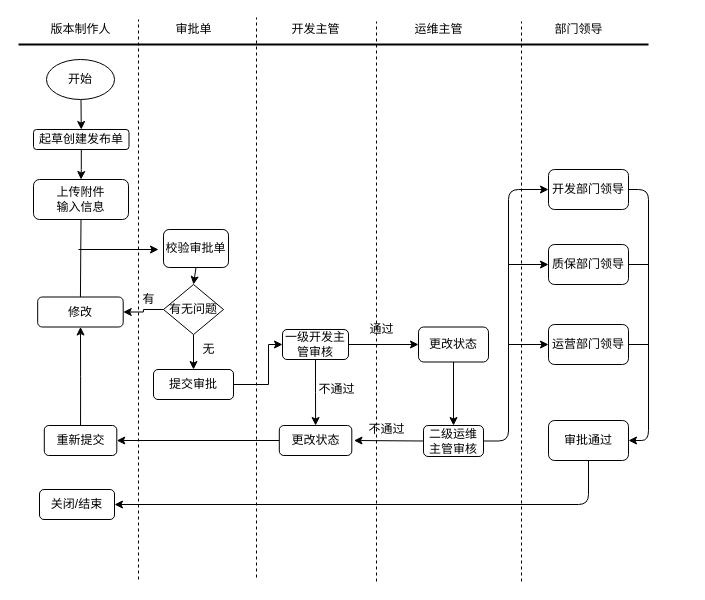
Above: src/com/cupd/sharon/Untitled Diagram.drawio in sharonwq/sharon_test (draw.io), before the change. Source tidied: cells renumbered, new cells numbered last; positions are measured from the earlier drawing's top-left corner, leaving out a move shared by most shapes. Both pictures are drawn from the tidied source at 100%, with x=0, y=0 at pixel (18, 17).
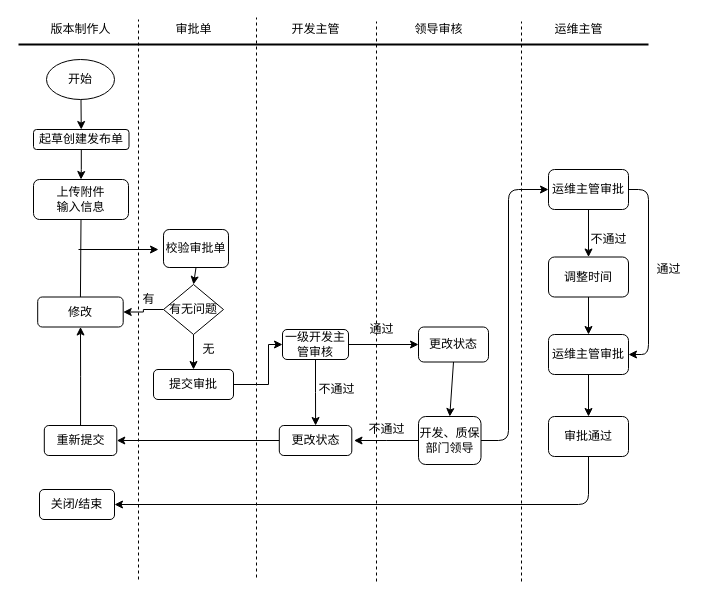
The same diagram, later.

Unchanged cells that the change refers to:
```xml
<mxCell id="25" value="关闭/结束" style="rounded=1;whiteSpace=wrap;html=1;" parent="1" vertex="1">
  <mxGeometry x="21" y="472" width="75" height="30" as="geometry" />
</mxCell>
```

What changed in the source:
```diff
@@
-    <mxCell id="5" value="运维主管" style="text;html=1;align=center;verticalAlign=middle;strokeColor=none;" parent="1" vertex="1">
+    <mxCell id="5" value="领导审核" style="text;html=1;align=center;verticalAlign=middle;strokeColor=none;" parent="1" vertex="1">
       <mxGeometry x="390" y="2" width="60" height="20" as="geometry" />
     </mxCell>
-    <mxCell id="6" value="部门领导" style="text;html=1;align=center;verticalAlign=middle;strokeColor=none;" parent="1" vertex="1">
+    <mxCell id="6" value="运维主管" style="text;html=1;align=center;verticalAlign=middle;strokeColor=none;" parent="1" vertex="1">
       <mxGeometry x="530" y="2" width="60" height="20" as="geometry" />
     </mxCell>
@@
-    <mxCell id="21" value="二级运维主管审核" style="rounded=1;whiteSpace=wrap;html=1;" parent="1" vertex="1">
-      <mxGeometry x="405" y="408" width="60" height="31" as="geometry" />
+    <mxCell id="21" value="开发、质保部门领导" style="rounded=1;whiteSpace=wrap;html=1;" parent="1" vertex="1">
+      <mxGeometry x="400" y="399" width="62.5" height="48" as="geometry" />
     </mxCell>
@@
     <mxCell id="24" value="审批通过" style="rounded=1;whiteSpace=wrap;html=1;" parent="1" vertex="1">
-      <mxGeometry x="530" y="403" width="80" height="40" as="geometry" />
+      <mxGeometry x="530" y="399" width="80" height="40" as="geometry" />
     </mxCell>
@@
+    <mxCell id="55" style="edgeStyle=orthogonalEdgeStyle;rounded=0;jettySize=auto;html=1;" parent="1" edge="1" source="45" target="57">
+      <mxGeometry relative="1" as="geometry" />
+    </mxCell>
-    <mxCell id="45" value="开发部门领导" style="rounded=1;whiteSpace=wrap;html=1;" parent="1" vertex="1">
+    <mxCell id="45" value="运维主管审批" style="rounded=1;whiteSpace=wrap;html=1;" parent="1" vertex="1">
       <mxGeometry x="530" y="152" width="80" height="40" as="geometry" />
     </mxCell>
-    <mxCell id="46" value="质保部门领导" style="rounded=1;whiteSpace=wrap;html=1;" parent="1" vertex="1">
-      <mxGeometry x="530" y="227" width="80" height="40" as="geometry" />
-    </mxCell>
-    <mxCell id="47" value="运营部门领导" style="rounded=1;whiteSpace=wrap;html=1;" parent="1" vertex="1">
-      <mxGeometry x="530" y="307" width="80" height="40" as="geometry" />
-    </mxCell>
+    <mxCell id="54" style="edgeStyle=segmentEdgeStyle;endArrow=classic;html=1;exitX=0.5;exitY=1;exitDx=0;exitDy=0;entryX=1;entryY=0.5;entryDx=0;entryDy=0;" parent="1" edge="1" source="24" target="25">
+      <mxGeometry relative="1" as="geometry">
+        <Array as="points">
+          <mxPoint x="570" y="487" />
+        </Array>
+      </mxGeometry>
+    </mxCell>
+    <mxCell id="56" style="edgeStyle=orthogonalEdgeStyle;rounded=0;jettySize=auto;html=1;" parent="1" edge="1" source="57" target="62">
+      <mxGeometry relative="1" as="geometry" />
+    </mxCell>
+    <mxCell id="57" value="调整时间" style="rounded=1;whiteSpace=wrap;html=1;" parent="1" vertex="1">
+      <mxGeometry x="530" y="239.5" width="80" height="40" as="geometry" />
+    </mxCell>
+    <mxCell id="58" value="不通过" style="text;html=1;align=center;verticalAlign=middle;strokeColor=none;" parent="1" vertex="1">
+      <mxGeometry x="565" y="212" width="50" height="20" as="geometry" />
+    </mxCell>
+    <mxCell id="59" style="edgeStyle=elbowEdgeStyle;elbow=vertical;endArrow=classic;html=1;exitX=1;exitY=0.5;exitDx=0;exitDy=0;entryX=1;entryY=0.5;entryDx=0;entryDy=0;" parent="1" edge="1" source="45" target="62">
+      <mxGeometry relative="1" as="geometry">
+        <Array as="points">
+          <mxPoint x="630" y="303" />
+        </Array>
+      </mxGeometry>
+    </mxCell>
+    <mxCell id="60" value="通过" style="text;html=1;align=center;verticalAlign=middle;strokeColor=none;" parent="1" vertex="1">
+      <mxGeometry x="630" y="242" width="40" height="20" as="geometry" />
+    </mxCell>
     <mxCell id="48" style="edgeStyle=elbowEdgeStyle;elbow=horizontal;endArrow=classic;html=1;exitX=1;exitY=0.5;exitDx=0;exitDy=0;entryX=0;entryY=0.5;entryDx=0;entryDy=0;" parent="1" edge="1" source="21" target="45">
       <mxGeometry relative="1" as="geometry">
         <Array as="points">
-          <mxPoint x="490" y="282" />
+          <mxPoint x="490" y="342" />
         </Array>
       </mxGeometry>
     </mxCell>
-    <mxCell id="49" style="endArrow=classic;html=1;entryX=0;entryY=0.5;entryDx=0;entryDy=0;" parent="1" edge="1" target="46">
-      <mxGeometry relative="1" as="geometry">
-        <mxPoint x="490" y="247" as="sourcePoint" />
-      </mxGeometry>
-    </mxCell>
-    <mxCell id="50" style="endArrow=classic;html=1;entryX=0;entryY=0.5;entryDx=0;entryDy=0;" parent="1" edge="1" target="47">
-      <mxGeometry relative="1" as="geometry">
-        <mxPoint x="490" y="327" as="sourcePoint" />
-      </mxGeometry>
-    </mxCell>
-    <mxCell id="51" style="edgeStyle=elbowEdgeStyle;elbow=horizontal;endArrow=classic;html=1;exitX=1;exitY=0.5;exitDx=0;exitDy=0;entryX=1;entryY=0.5;entryDx=0;entryDy=0;" parent="1" edge="1" source="45" target="24">
-      <mxGeometry relative="1" as="geometry">
-        <Array as="points">
-          <mxPoint x="630" y="332" />
-        </Array>
-      </mxGeometry>
-    </mxCell>
-    <mxCell id="52" style="endArrow=none;html=1;exitX=1;exitY=0.5;exitDx=0;exitDy=0;" parent="1" edge="1" source="46">
-      <mxGeometry relative="1" as="geometry">
-        <mxPoint x="630" y="247" as="targetPoint" />
-      </mxGeometry>
-    </mxCell>
-    <mxCell id="53" style="endArrow=none;html=1;exitX=1;exitY=0.5;exitDx=0;exitDy=0;" parent="1" edge="1" source="47">
-      <mxGeometry relative="1" as="geometry">
-        <mxPoint x="630" y="327" as="targetPoint" />
-      </mxGeometry>
-    </mxCell>
-    <mxCell id="54" style="edgeStyle=segmentEdgeStyle;endArrow=classic;html=1;exitX=0.5;exitY=1;exitDx=0;exitDy=0;entryX=1;entryY=0.5;entryDx=0;entryDy=0;" parent="1" edge="1" source="24" target="25">
-      <mxGeometry relative="1" as="geometry">
-        <Array as="points">
-          <mxPoint x="570" y="487" />
-        </Array>
-      </mxGeometry>
-    </mxCell>
+    <mxCell id="61" style="edgeStyle=orthogonalEdgeStyle;rounded=0;jettySize=auto;html=1;" parent="1" edge="1" source="62" target="24">
+      <mxGeometry relative="1" as="geometry" />
+    </mxCell>
+    <mxCell id="62" value="运维主管审批" style="rounded=1;whiteSpace=wrap;html=1;" parent="1" vertex="1">
+      <mxGeometry x="530" y="317" width="80" height="40" as="geometry" />
+    </mxCell>
```
